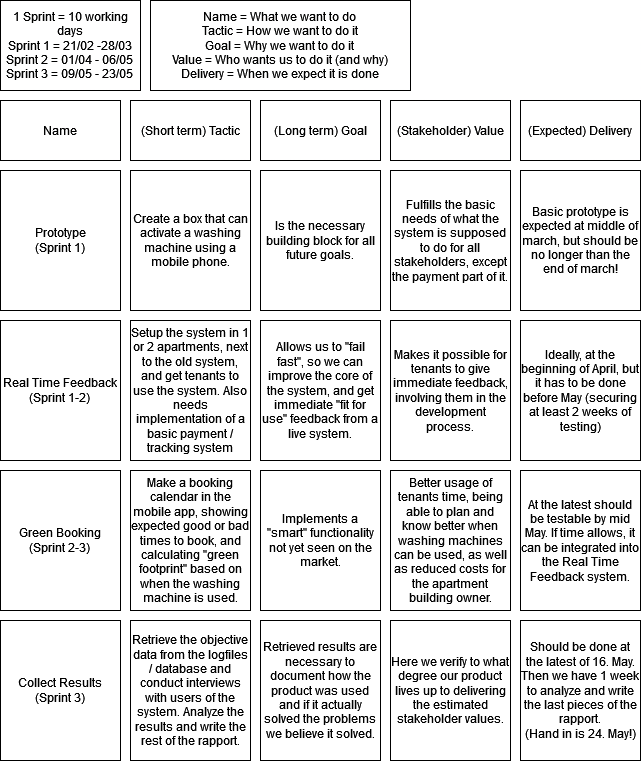
Before: diagrams/RoadMap1.png, a diagram exported from draw.io (MartinBruun/P6). Source tidied: cells renumbered, new cells last; positions are measured from the earlier drawing's top-left corner, leaving out a move shared by most shapes. Its diagram source:
```xml
<mxGraphModel>
  <root>
    <mxCell id="0" />
    <mxCell id="1" parent="0" />
    <mxCell id="2" value="(Long term) Goal" style="rounded=0;whiteSpace=wrap;html=1;" parent="1" vertex="1">
      <mxGeometry x="260" y="100" width="120" height="60" as="geometry" />
    </mxCell>
    <mxCell id="3" value="(Short term) Tactic" style="rounded=0;whiteSpace=wrap;html=1;" parent="1" vertex="1">
      <mxGeometry x="130" y="100" width="120" height="60" as="geometry" />
    </mxCell>
    <mxCell id="4" value="(Stakeholder) Value" style="rounded=0;whiteSpace=wrap;html=1;" parent="1" vertex="1">
      <mxGeometry x="390" y="100" width="120" height="60" as="geometry" />
    </mxCell>
    <mxCell id="5" value="(Expected) Delivery" style="rounded=0;whiteSpace=wrap;html=1;" parent="1" vertex="1">
      <mxGeometry x="520" y="100" width="120" height="60" as="geometry" />
    </mxCell>
    <mxCell id="6" value="Name" style="rounded=0;whiteSpace=wrap;html=1;" parent="1" vertex="1">
      <mxGeometry y="100" width="120" height="60" as="geometry" />
    </mxCell>
    <mxCell id="7" value="&lt;div&gt;Prototype&lt;/div&gt;&lt;div&gt;(Sprint 1)&lt;br&gt;&lt;/div&gt;" style="rounded=0;whiteSpace=wrap;html=1;" parent="1" vertex="1">
      <mxGeometry y="170" width="120" height="140" as="geometry" />
    </mxCell>
    <mxCell id="8" value="&lt;div&gt;Real Time Feedback&lt;/div&gt;&lt;div&gt;(Sprint 1-2)&lt;br&gt;&lt;/div&gt;" style="rounded=0;whiteSpace=wrap;html=1;" parent="1" vertex="1">
      <mxGeometry y="320" width="120" height="140" as="geometry" />
    </mxCell>
    <mxCell id="9" value="&lt;div&gt;Collect Results&lt;/div&gt;&lt;div&gt;(Sprint 3)&lt;br&gt;&lt;/div&gt;" style="rounded=0;whiteSpace=wrap;html=1;" parent="1" vertex="1">
      <mxGeometry y="620" width="120" height="140" as="geometry" />
    </mxCell>
    <mxCell id="10" value="&lt;div&gt;Green Booking&lt;/div&gt;&lt;div&gt;(Sprint 2-3)&lt;br&gt;&lt;/div&gt;" style="rounded=0;whiteSpace=wrap;html=1;" parent="1" vertex="1">
      <mxGeometry y="470" width="120" height="140" as="geometry" />
    </mxCell>
    <mxCell id="11" value="Create a box that can activate a washing machine using a mobile phone." style="rounded=0;whiteSpace=wrap;html=1;" parent="1" vertex="1">
      <mxGeometry x="130" y="170" width="120" height="140" as="geometry" />
    </mxCell>
    <mxCell id="12" value="Is the necessary building block for all future goals. " style="rounded=0;whiteSpace=wrap;html=1;" parent="1" vertex="1">
      <mxGeometry x="260" y="170" width="120" height="140" as="geometry" />
    </mxCell>
    <mxCell id="13" value="Fulfills the basic needs of what the system is supposed to do for all stakeholders, except the payment part of it." style="rounded=0;whiteSpace=wrap;html=1;" parent="1" vertex="1">
      <mxGeometry x="390" y="170" width="120" height="140" as="geometry" />
    </mxCell>
    <mxCell id="14" value="Basic prototype is expected at middle of march, but should be no longer than the end of march!" style="rounded=0;whiteSpace=wrap;html=1;" parent="1" vertex="1">
      <mxGeometry x="520" y="170" width="120" height="140" as="geometry" />
    </mxCell>
    <mxCell id="15" value="Setup the system in 1 or 2 apartments, next to the old system, and get tenants to use the system. Also needs implementation of a basic payment / tracking system" style="rounded=0;whiteSpace=wrap;html=1;" parent="1" vertex="1">
      <mxGeometry x="130" y="320" width="120" height="140" as="geometry" />
    </mxCell>
    <mxCell id="16" value="Allows us to &quot;fail fast&quot;, so we can improve the core of the system, and get immediate &quot;fit for use&quot; feedback from a live system." style="rounded=0;whiteSpace=wrap;html=1;" parent="1" vertex="1">
      <mxGeometry x="260" y="320" width="120" height="140" as="geometry" />
    </mxCell>
    <mxCell id="17" value="Makes it possible for tenants to give immediate feedback, involving them in the development process." style="rounded=0;whiteSpace=wrap;html=1;" parent="1" vertex="1">
      <mxGeometry x="390" y="320" width="120" height="140" as="geometry" />
    </mxCell>
    <mxCell id="18" value="Ideally, at the beginning of April, but it has to be done before May (securing at least 2 weeks of testing)" style="rounded=0;whiteSpace=wrap;html=1;" parent="1" vertex="1">
      <mxGeometry x="520" y="320" width="120" height="140" as="geometry" />
    </mxCell>
    <mxCell id="19" value="Make a booking calendar in the mobile app, showing expected good or bad times to book, and calculating &quot;green footprint&quot; based on when the washing machine is used." style="rounded=0;whiteSpace=wrap;html=1;" parent="1" vertex="1">
      <mxGeometry x="130" y="470" width="120" height="140" as="geometry" />
    </mxCell>
    <mxCell id="20" value="Implements a &quot;smart&quot; functionality not yet seen on the market." style="rounded=0;whiteSpace=wrap;html=1;" parent="1" vertex="1">
      <mxGeometry x="260" y="470" width="120" height="140" as="geometry" />
    </mxCell>
    <mxCell id="21" value="Better usage of tenants time, being able to plan and know better when washing machines can be used, as well as reduced costs for the apartment building owner." style="rounded=0;whiteSpace=wrap;html=1;" parent="1" vertex="1">
      <mxGeometry x="390" y="470" width="120" height="140" as="geometry" />
    </mxCell>
    <mxCell id="22" value="At the latest should be testable by mid May. If time allows, it can be integrated into the Real Time Feedback system." style="rounded=0;whiteSpace=wrap;html=1;" parent="1" vertex="1">
      <mxGeometry x="520" y="470" width="120" height="140" as="geometry" />
    </mxCell>
    <mxCell id="23" value="Retrieve the objective data from the logfiles / database and conduct interviews with users of the system. Analyze the results and write the rest of the rapport." style="rounded=0;whiteSpace=wrap;html=1;" parent="1" vertex="1">
      <mxGeometry x="130" y="620" width="120" height="140" as="geometry" />
    </mxCell>
    <mxCell id="24" value="Retrieved results are necessary to document how the product was used and if it actually solved the problems we believe it solved." style="rounded=0;whiteSpace=wrap;html=1;" parent="1" vertex="1">
      <mxGeometry x="260" y="620" width="120" height="140" as="geometry" />
    </mxCell>
    <mxCell id="25" value="Here we verify to what degree our product lives up to delivering the estimated stakeholder values." style="rounded=0;whiteSpace=wrap;html=1;" parent="1" vertex="1">
      <mxGeometry x="390" y="620" width="120" height="140" as="geometry" />
    </mxCell>
    <mxCell id="26" value="Should be done at the latest of 16. May. Then we have 1 week to analyze and write the last pieces of the rapport.&lt;br&gt;(Hand in is 24. May!)" style="rounded=0;whiteSpace=wrap;html=1;" parent="1" vertex="1">
      <mxGeometry x="520" y="620" width="120" height="140" as="geometry" />
    </mxCell>
    <mxCell id="27" value="&lt;div&gt;1 Sprint = 10 working days&lt;/div&gt;&lt;div&gt;Sprint 1 = 21/02 -28/03&lt;br&gt;&lt;/div&gt;&lt;div&gt;Sprint 2 = 01/04 - 06/05&lt;br&gt;&lt;/div&gt;&lt;div&gt;Sprint 3 = 09/05 - 23/05&lt;br&gt;&lt;/div&gt;" style="rounded=0;whiteSpace=wrap;html=1;" parent="1" vertex="1">
      <mxGeometry width="140" height="90" as="geometry" />
    </mxCell>
    <mxCell id="28" value="&lt;div&gt;Name = What we want to do&lt;br&gt;&lt;/div&gt;&lt;div&gt;Tactic = How we want to do it&lt;/div&gt;&lt;div&gt;Goal = Why we want to do it&lt;br&gt;&lt;/div&gt;&lt;div&gt;Value = Who wants us to do it (and why) &lt;br&gt;&lt;/div&gt;&lt;div&gt;Delivery = When we expect it is done&lt;br&gt;&lt;/div&gt;" style="rounded=0;whiteSpace=wrap;html=1;" parent="1" vertex="1">
      <mxGeometry x="150" width="260" height="90" as="geometry" />
    </mxCell>
  </root>
</mxGraphModel>
```
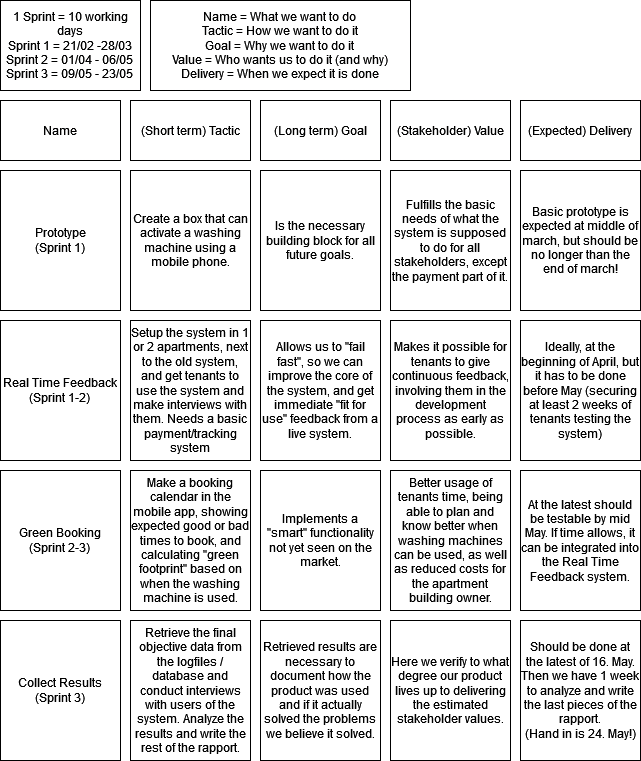
Above is the later version.

Change to the diagram source:
```diff
@@ -41,16 +41,16 @@
     <mxCell id="14" value="Basic prototype is expected at middle of march, but should be no longer than the end of march!" style="rounded=0;whiteSpace=wrap;html=1;" parent="1" vertex="1">
       <mxGeometry x="520" y="170" width="120" height="140" as="geometry" />
     </mxCell>
-    <mxCell id="15" value="Setup the system in 1 or 2 apartments, next to the old system, and get tenants to use the system. Also needs implementation of a basic payment / tracking system" style="rounded=0;whiteSpace=wrap;html=1;" parent="1" vertex="1">
+    <mxCell id="15" value="Setup the system in 1 or 2 apartments, next to the old system, and get tenants to use the system and make interviews with them. Needs a basic payment/tracking system " style="rounded=0;whiteSpace=wrap;html=1;" parent="1" vertex="1">
       <mxGeometry x="130" y="320" width="120" height="140" as="geometry" />
     </mxCell>
     <mxCell id="16" value="Allows us to &quot;fail fast&quot;, so we can improve the core of the system, and get immediate &quot;fit for use&quot; feedback from a live system." style="rounded=0;whiteSpace=wrap;html=1;" parent="1" vertex="1">
       <mxGeometry x="260" y="320" width="120" height="140" as="geometry" />
     </mxCell>
-    <mxCell id="17" value="Makes it possible for tenants to give immediate feedback, involving them in the development process." style="rounded=0;whiteSpace=wrap;html=1;" parent="1" vertex="1">
+    <mxCell id="17" value="Makes it possible for tenants to give continuous feedback, involving them in the development process as early as possible." style="rounded=0;whiteSpace=wrap;html=1;" parent="1" vertex="1">
       <mxGeometry x="390" y="320" width="120" height="140" as="geometry" />
     </mxCell>
-    <mxCell id="18" value="Ideally, at the beginning of April, but it has to be done before May (securing at least 2 weeks of testing)" style="rounded=0;whiteSpace=wrap;html=1;" parent="1" vertex="1">
+    <mxCell id="18" value="Ideally, at the beginning of April, but it has to be done before May (securing at least 2 weeks of tenants testing the system)" style="rounded=0;whiteSpace=wrap;html=1;" parent="1" vertex="1">
       <mxGeometry x="520" y="320" width="120" height="140" as="geometry" />
     </mxCell>
     <mxCell id="19" value="Make a booking calendar in the mobile app, showing expected good or bad times to book, and calculating &quot;green footprint&quot; based on when the washing machine is used." style="rounded=0;whiteSpace=wrap;html=1;" parent="1" vertex="1">
@@ -65,7 +65,7 @@
     <mxCell id="22" value="At the latest should be testable by mid May. If time allows, it can be integrated into the Real Time Feedback system." style="rounded=0;whiteSpace=wrap;html=1;" parent="1" vertex="1">
       <mxGeometry x="520" y="470" width="120" height="140" as="geometry" />
     </mxCell>
-    <mxCell id="23" value="Retrieve the objective data from the logfiles / database and conduct interviews with users of the system. Analyze the results and write the rest of the rapport." style="rounded=0;whiteSpace=wrap;html=1;" parent="1" vertex="1">
+    <mxCell id="23" value="Retrieve the final objective data from the logfiles / database and conduct interviews with users of the system. Analyze the results and write the rest of the rapport." style="rounded=0;whiteSpace=wrap;html=1;" parent="1" vertex="1">
       <mxGeometry x="130" y="620" width="120" height="140" as="geometry" />
     </mxCell>
     <mxCell id="24" value="Retrieved results are necessary to document how the product was used and if it actually solved the problems we believe it solved." style="rounded=0;whiteSpace=wrap;html=1;" parent="1" vertex="1">
```
